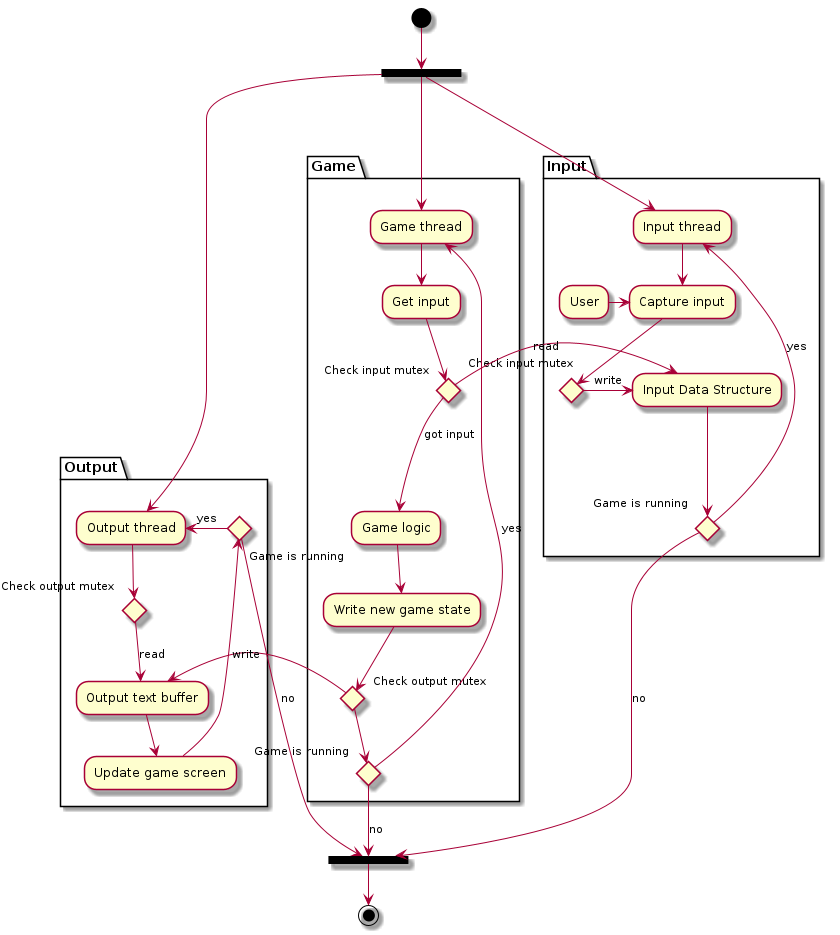
Earlier version of the PlantUML export docs/thread_diagram.png (FulecoRafa/terminal_game). Source of this version:
```plantuml
@startuml thread_diagram

(*) -down-> ===B1===
===B2===-down->(*)
partition Input {
===B1===-down--> "Input thread"
-down-> "Capture input"
User-right-> "Capture input"
if "Check input mutex" then
-right->[write] "Input Data Structure"
if "Game is running"then
-up->[yes] "Input thread"
else
-down->[no] ===B2===
}

partition Output {
===B1===-down--> "Output thread"
if "Check output mutex" then
-down->[read]"Output text buffer"
-down-> "Update game screen"
if "Game is running" then
-right->[yes]"Output thread"
else
->[no] ===B2===
}

partition Game {
===B1===-down--> "Game thread"
-down->"Get input"
if "Check input mutex" then
-left-->[read] "Input Data Structure"
else
-down->[got input] "Game logic"
-down-> "Write new game state"
if "Check output mutex" then
-right->[write] "Output text buffer"
else
if "Game is running" then
-up->[yes] "Game thread"
else
-down->[no] ===B2===
}

"Game thread" -[hidden]> "Output thread"

@enduml
```
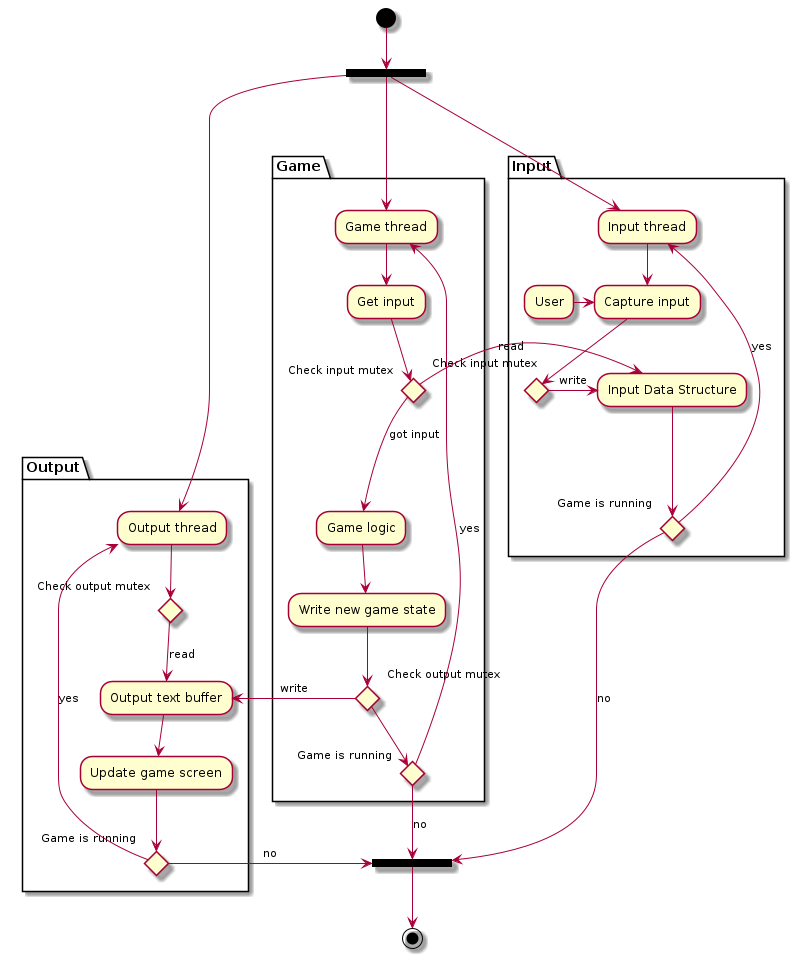
After the commit.

Commit message:
Docs/diagram for component logic: simple update

The edit, as a diff of the source:
```diff
@@ -20,7 +20,7 @@
 -down->[read]"Output text buffer"
 -down-> "Update game screen"
 if "Game is running" then
--right->[yes]"Output thread"
+-left->[yes]"Output thread"
 else
 ->[no] ===B2===
 }
```
